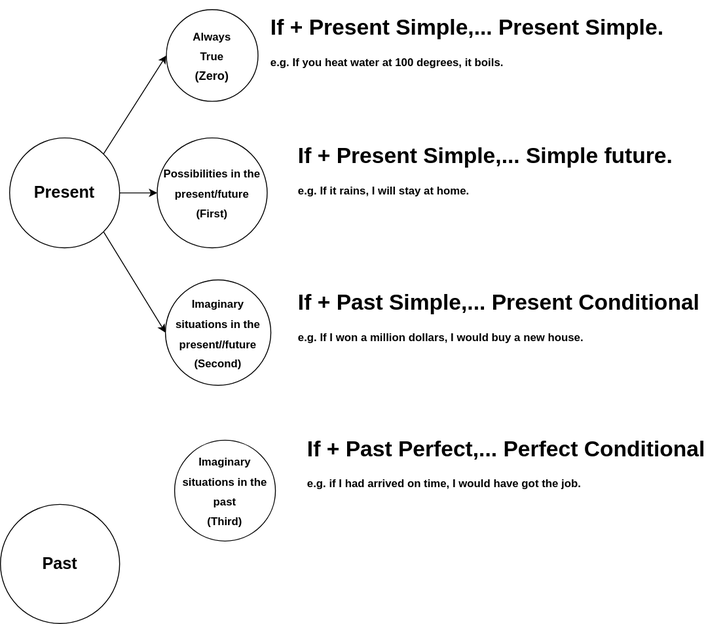
This is Conditionals.svg from mrhtetaunglinn2003/eng_notes, a draw.io export, as it was before one commit. Source tidied: cells renumbered, new cells last; positions are measured from the earlier drawing's top-left corner, leaving out a move shared by most shapes.
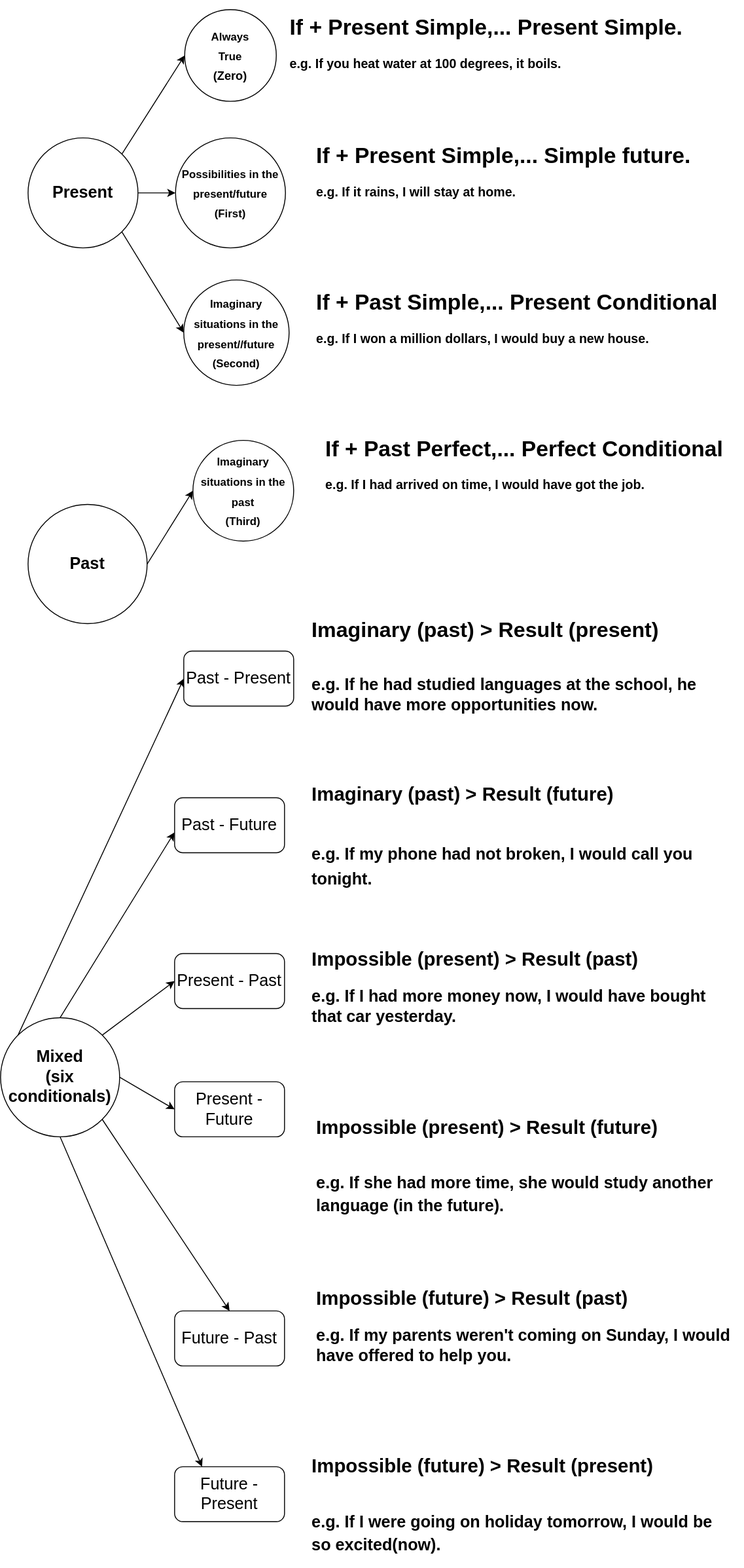
Later version of the same file.

Diff of the diagram source:
```diff
@@ -17,13 +17,13 @@
     <mxCell id="6" style="endArrow=classic;html=1;rounded=0;fontSize=12;entryX=0;entryY=0.5;entryDx=0;entryDy=0;exitX=1;exitY=0;exitDx=0;exitDy=0;" parent="1" edge="1" source="2" target="3">
       <mxGeometry relative="1" as="geometry" />
     </mxCell>
-    <mxCell id="7" value="&lt;h1&gt;If + Present Simple,... Present Simple.&lt;br&gt;&lt;/h1&gt;&lt;p&gt;&lt;b&gt;e.g.&lt;/b&gt; &lt;b&gt;If you heat water at 100 degrees, it boils.&lt;/b&gt;&lt;br&gt;&lt;/p&gt;" style="text;html=1;strokeColor=none;fillColor=none;spacing=5;spacingTop=-20;whiteSpace=wrap;overflow=hidden;rounded=0;fontSize=12;" parent="1" vertex="1">
-      <mxGeometry x="290" width="500" height="120" as="geometry" />
+    <mxCell id="7" value="&lt;h1&gt;If + Present Simple,... Present Simple.&lt;br&gt;&lt;/h1&gt;&lt;p style=&quot;font-size: 14px;&quot;&gt;&lt;b&gt;e.g.&lt;/b&gt; &lt;b&gt;If you heat water at 100 degrees, it boils.&lt;/b&gt;&lt;br&gt;&lt;/p&gt;" style="text;html=1;strokeColor=none;fillColor=none;spacing=5;spacingTop=-20;whiteSpace=wrap;overflow=hidden;rounded=0;fontSize=12;" parent="1" vertex="1">
+      <mxGeometry x="291" width="470" height="120" as="geometry" />
     </mxCell>
-    <mxCell id="8" value="&lt;h1&gt;If + Present Simple,... Simple future.&lt;br&gt;&lt;/h1&gt;&lt;p&gt;&lt;b&gt;e.g. If it rains, I will stay at home.&lt;/b&gt;&lt;br&gt;&lt;/p&gt;" style="text;html=1;strokeColor=none;fillColor=none;spacing=5;spacingTop=-20;whiteSpace=wrap;overflow=hidden;rounded=0;fontSize=12;" parent="1" vertex="1">
+    <mxCell id="8" value="&lt;h1&gt;If + Present Simple,... Simple future.&lt;br&gt;&lt;/h1&gt;&lt;p&gt;&lt;font size=&quot;1&quot;&gt;&lt;b style=&quot;font-size: 14px;&quot;&gt;e.g. If it rains, I will stay at home.&lt;/b&gt;&lt;/font&gt;&lt;br&gt;&lt;/p&gt;" style="text;html=1;strokeColor=none;fillColor=none;spacing=5;spacingTop=-20;whiteSpace=wrap;overflow=hidden;rounded=0;fontSize=12;" parent="1" vertex="1">
       <mxGeometry x="320" y="140" width="470" height="120" as="geometry" />
     </mxCell>
-    <mxCell id="9" value="&lt;h1&gt;If + Past Simple,... Present Conditional&lt;br&gt;&lt;/h1&gt;&lt;p&gt;&lt;b&gt;e.g. If I won a million dollars, I would buy a new house.&lt;/b&gt;&lt;br&gt;&lt;/p&gt;" style="text;html=1;strokeColor=none;fillColor=none;spacing=5;spacingTop=-20;whiteSpace=wrap;overflow=hidden;rounded=0;fontSize=12;" parent="1" vertex="1">
+    <mxCell id="9" value="&lt;h1&gt;If + Past Simple,... Present Conditional&lt;br&gt;&lt;/h1&gt;&lt;p style=&quot;font-size: 14px;&quot;&gt;&lt;b&gt;e.g. &lt;font style=&quot;font-size: 14px;&quot;&gt;If I won a million dollars, I would buy a new house.&lt;/font&gt;&lt;/b&gt;&lt;br&gt;&lt;/p&gt;" style="text;html=1;strokeColor=none;fillColor=none;spacing=5;spacingTop=-20;whiteSpace=wrap;overflow=hidden;rounded=0;fontSize=12;" parent="1" vertex="1">
       <mxGeometry x="320" y="300" width="460" height="120" as="geometry" />
     </mxCell>
     <mxCell id="10" style="endArrow=classic;html=1;rounded=0;fontSize=12;entryX=0;entryY=0.5;entryDx=0;entryDy=0;exitX=1;exitY=0.5;exitDx=0;exitDy=0;" parent="1" edge="1" source="2" target="5">
@@ -33,13 +33,73 @@
       <mxGeometry relative="1" as="geometry" />
     </mxCell>
     <mxCell id="12" value="&lt;b&gt;&lt;font style=&quot;font-size: 18px;&quot;&gt;Past&lt;/font&gt;&lt;/b&gt;" style="ellipse;whiteSpace=wrap;html=1;fontSize=13;" parent="1" vertex="1">
-      <mxGeometry y="540" width="130" height="130" as="geometry" />
+      <mxGeometry x="10" y="540" width="130" height="130" as="geometry" />
     </mxCell>
     <mxCell id="13" value="&lt;b&gt;&lt;font style=&quot;font-size: 12px;&quot;&gt;Imaginary situations in the past&lt;br&gt;(Third)&lt;br&gt;&lt;/font&gt;&lt;/b&gt;" style="ellipse;whiteSpace=wrap;html=1;fontSize=18;" parent="1" vertex="1">
       <mxGeometry x="190" y="470" width="110" height="110" as="geometry" />
     </mxCell>
-    <mxCell id="14" value="&lt;h1&gt;If + Past Perfect,... Perfect Conditional&lt;br&gt;&lt;/h1&gt;&lt;p&gt;&lt;b&gt;e.g. if I had arrived on time, I would have got the job.&lt;/b&gt;&lt;br&gt;&lt;/p&gt;" style="text;html=1;strokeColor=none;fillColor=none;spacing=5;spacingTop=-20;whiteSpace=wrap;overflow=hidden;rounded=0;fontSize=12;" parent="1" vertex="1">
+    <mxCell id="14" value="&lt;h1&gt;If + Past Perfect,... Perfect Conditional&lt;br&gt;&lt;/h1&gt;&lt;p&gt;&lt;font size=&quot;1&quot;&gt;&lt;b style=&quot;font-size: 14px;&quot;&gt;e.g. If I had arrived on time, I would have got the job.&lt;/b&gt;&lt;/font&gt;&lt;br&gt;&lt;/p&gt;" style="text;html=1;strokeColor=none;fillColor=none;spacing=5;spacingTop=-20;whiteSpace=wrap;overflow=hidden;rounded=0;fontSize=12;" parent="1" vertex="1">
       <mxGeometry x="330" y="460" width="450" height="120" as="geometry" />
     </mxCell>
+    <mxCell id="15" style="endArrow=classic;html=1;rounded=0;fontSize=12;entryX=0;entryY=0.5;entryDx=0;entryDy=0;exitX=1;exitY=0.5;exitDx=0;exitDy=0;" parent="1" edge="1" source="12" target="13">
+      <mxGeometry relative="1" as="geometry" />
+    </mxCell>
+    <mxCell id="16" value="&lt;b style=&quot;font-size: 18px;&quot;&gt;Mixed&lt;br&gt;(six conditionals)&lt;/b&gt;" style="ellipse;whiteSpace=wrap;html=1;fontSize=12;" parent="1" vertex="1">
+      <mxGeometry x="-20" y="1100" width="130" height="130" as="geometry" />
+    </mxCell>
+    <mxCell id="17" value="Past - Present" style="rounded=1;whiteSpace=wrap;html=1;fontSize=18;" parent="1" vertex="1">
+      <mxGeometry x="180" y="700" width="120" height="60" as="geometry" />
+    </mxCell>
+    <mxCell id="18" value="Past - Future" style="rounded=1;whiteSpace=wrap;html=1;fontSize=18;" parent="1" vertex="1">
+      <mxGeometry x="170" y="860" width="120" height="60" as="geometry" />
+    </mxCell>
+    <mxCell id="19" value="Present - Past" style="rounded=1;whiteSpace=wrap;html=1;fontSize=18;" parent="1" vertex="1">
+      <mxGeometry x="170" y="1030" width="120" height="60" as="geometry" />
+    </mxCell>
+    <mxCell id="20" value="Present - Future" style="rounded=1;whiteSpace=wrap;html=1;fontSize=18;" parent="1" vertex="1">
+      <mxGeometry x="170" y="1170" width="120" height="60" as="geometry" />
+    </mxCell>
+    <mxCell id="21" value="Future - Past" style="rounded=1;whiteSpace=wrap;html=1;fontSize=18;" parent="1" vertex="1">
+      <mxGeometry x="170" y="1420" width="120" height="60" as="geometry" />
+    </mxCell>
+    <mxCell id="22" value="Future - Present" style="rounded=1;whiteSpace=wrap;html=1;fontSize=18;" parent="1" vertex="1">
+      <mxGeometry x="170" y="1590" width="120" height="60" as="geometry" />
+    </mxCell>
+    <mxCell id="23" value="&lt;h1 style=&quot;font-size: 21px;&quot;&gt;&lt;font style=&quot;font-size: 23px;&quot;&gt;Imaginary (past) &amp;gt; Result (present)&lt;/font&gt;&lt;/h1&gt;&lt;div&gt;&lt;br&gt;&lt;/div&gt;&lt;div&gt;&lt;b&gt;e.g. If he had studied languages at the school, he would have more opportunities now.&lt;/b&gt;&lt;br&gt;&lt;/div&gt;" style="text;html=1;strokeColor=none;fillColor=none;spacing=5;spacingTop=-20;whiteSpace=wrap;overflow=hidden;rounded=0;fontSize=18;" parent="1" vertex="1">
+      <mxGeometry x="315" y="660" width="450" height="110" as="geometry" />
+    </mxCell>
+    <mxCell id="24" value="&lt;h1&gt;&lt;font style=&quot;font-size: 21px;&quot;&gt;Imaginary (past) &amp;gt; Result (future)&lt;/font&gt;&lt;br&gt;&lt;/h1&gt;&lt;p&gt;&lt;b&gt;&lt;font style=&quot;font-size: 18px;&quot;&gt;e.g. If my phone had not broken, I would call you tonight.&lt;/font&gt;&lt;/b&gt;&lt;br&gt;&lt;/p&gt;" style="text;html=1;strokeColor=none;fillColor=none;spacing=5;spacingTop=-20;whiteSpace=wrap;overflow=hidden;rounded=0;fontSize=23;" parent="1" vertex="1">
+      <mxGeometry x="315" y="800" width="470" height="170" as="geometry" />
+    </mxCell>
+    <mxCell id="25" value="&lt;h1 style=&quot;font-size: 21px;&quot;&gt;&lt;font style=&quot;font-size: 21px;&quot;&gt;Impossible (present) &amp;gt; Result (past)&lt;/font&gt; &lt;br&gt;&lt;/h1&gt;&lt;p&gt;&lt;b&gt;e.g. If I had more money now, I would have bought that car yesterday.&lt;/b&gt;&lt;br&gt;&lt;/p&gt;" style="text;html=1;strokeColor=none;fillColor=none;spacing=5;spacingTop=-20;whiteSpace=wrap;overflow=hidden;rounded=0;fontSize=18;" parent="1" vertex="1">
+      <mxGeometry x="315" y="1020" width="460" height="120" as="geometry" />
+    </mxCell>
+    <mxCell id="26" value="&lt;h1&gt;&lt;font style=&quot;font-size: 21px;&quot;&gt;Impossible (present) &amp;gt; Result (future)&lt;br&gt;&lt;/font&gt;&lt;/h1&gt;&lt;p&gt;&lt;font style=&quot;font-size: 18px;&quot;&gt;&lt;b&gt;e.g. If she had more time, she would study another language (in the future).&lt;/b&gt;&lt;br&gt;&lt;/font&gt;&lt;/p&gt;" style="text;html=1;strokeColor=none;fillColor=none;spacing=5;spacingTop=-20;whiteSpace=wrap;overflow=hidden;rounded=0;fontSize=21;" parent="1" vertex="1">
+      <mxGeometry x="320" y="1170" width="460" height="150" as="geometry" />
+    </mxCell>
+    <mxCell id="27" value="&lt;h1 style=&quot;font-size: 21px;&quot;&gt;&lt;font style=&quot;font-size: 21px;&quot;&gt;Impossible (future) &amp;gt; Result (past)&lt;br&gt;&lt;/font&gt;&lt;/h1&gt;&lt;p&gt;&lt;b&gt;e.g. If my parents weren't coming on Sunday, I would have offered to help you.&lt;/b&gt;&lt;br&gt;&lt;/p&gt;" style="text;html=1;strokeColor=none;fillColor=none;spacing=5;spacingTop=-20;whiteSpace=wrap;overflow=hidden;rounded=0;fontSize=18;" parent="1" vertex="1">
+      <mxGeometry x="320" y="1390" width="460" height="120" as="geometry" />
+    </mxCell>
+    <mxCell id="28" value="&lt;h1&gt;&lt;font style=&quot;font-size: 21px;&quot;&gt;Impossible (future) &amp;gt; Result (present)&lt;br&gt;&lt;/font&gt;&lt;/h1&gt;&lt;p&gt;&lt;font style=&quot;font-size: 18px;&quot;&gt;&lt;b&gt;e.g. If I were going on holiday tomorrow, I would be so excited(now).&lt;/b&gt;&lt;br&gt;&lt;/font&gt;&lt;/p&gt;" style="text;html=1;strokeColor=none;fillColor=none;spacing=5;spacingTop=-20;whiteSpace=wrap;overflow=hidden;rounded=0;fontSize=21;" parent="1" vertex="1">
+      <mxGeometry x="315" y="1540" width="450" height="160" as="geometry" />
+    </mxCell>
+    <mxCell id="29" style="endArrow=classic;html=1;rounded=0;fontSize=18;entryX=0;entryY=0.5;entryDx=0;entryDy=0;exitX=0;exitY=0;exitDx=0;exitDy=0;" parent="1" edge="1" source="16" target="17">
+      <mxGeometry relative="1" as="geometry" />
+    </mxCell>
+    <mxCell id="30" style="endArrow=classic;html=1;rounded=0;fontSize=18;entryX=-0.002;entryY=0.631;entryDx=0;entryDy=0;entryPerimeter=0;exitX=0.5;exitY=0;exitDx=0;exitDy=0;" parent="1" edge="1" source="16" target="18">
+      <mxGeometry relative="1" as="geometry" />
+    </mxCell>
+    <mxCell id="31" style="endArrow=classic;html=1;rounded=0;fontSize=18;entryX=0;entryY=0.5;entryDx=0;entryDy=0;exitX=1;exitY=0;exitDx=0;exitDy=0;" parent="1" edge="1" source="16" target="19">
+      <mxGeometry relative="1" as="geometry" />
+    </mxCell>
+    <mxCell id="32" style="endArrow=classic;html=1;rounded=0;fontSize=18;entryX=0;entryY=0.5;entryDx=0;entryDy=0;exitX=1;exitY=0.5;exitDx=0;exitDy=0;" parent="1" edge="1" source="16" target="20">
+      <mxGeometry relative="1" as="geometry" />
+    </mxCell>
+    <mxCell id="33" style="endArrow=classic;html=1;rounded=0;fontSize=18;entryX=0.5;entryY=0;entryDx=0;entryDy=0;exitX=1;exitY=1;exitDx=0;exitDy=0;" parent="1" edge="1" source="16" target="21">
+      <mxGeometry relative="1" as="geometry" />
+    </mxCell>
+    <mxCell id="34" style="endArrow=classic;html=1;rounded=0;fontSize=18;entryX=0.25;entryY=0;entryDx=0;entryDy=0;exitX=0.5;exitY=1;exitDx=0;exitDy=0;" parent="1" edge="1" source="16" target="22">
+      <mxGeometry relative="1" as="geometry" />
+    </mxCell>
   </root>
 </mxGraphModel>
```
